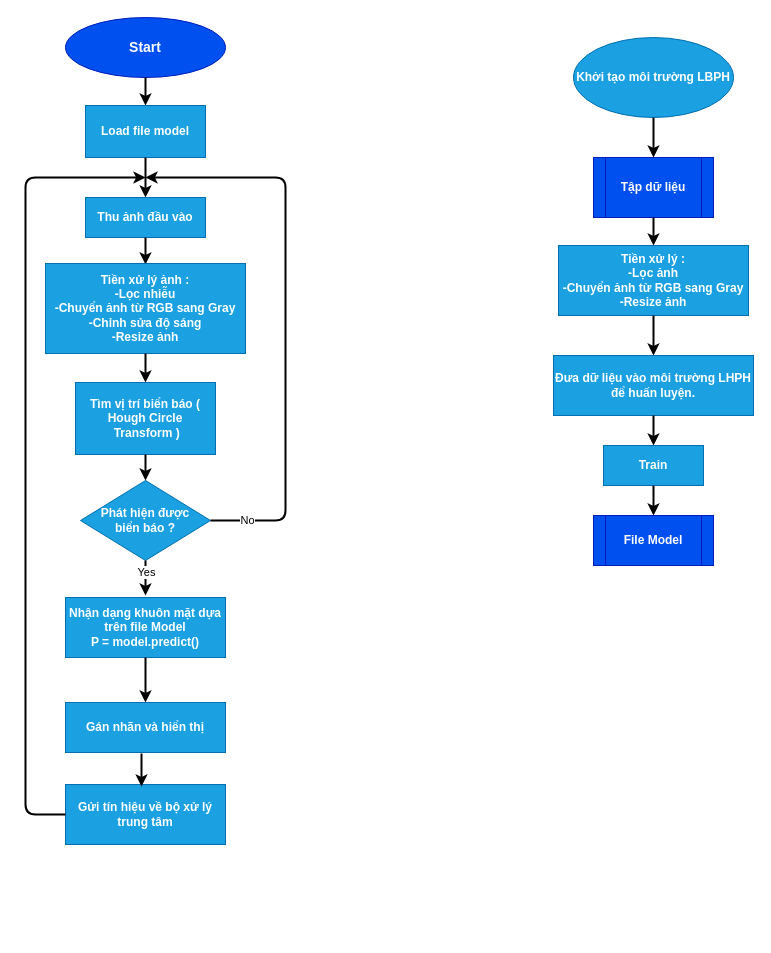
truongvanthinh/AutonomousCar keeps this draw.io diagram as page "Page-2" (2 of 4) of Untitled Diagram.drawio. Above is the earlier version. Source tidied: cells renumbered, new cells numbered last; positions are measured from the earlier drawing's top-left corner, leaving out a move shared by most shapes. Both pictures are drawn from the tidied source at 100%, with x=0, y=0 at pixel (25, 17).
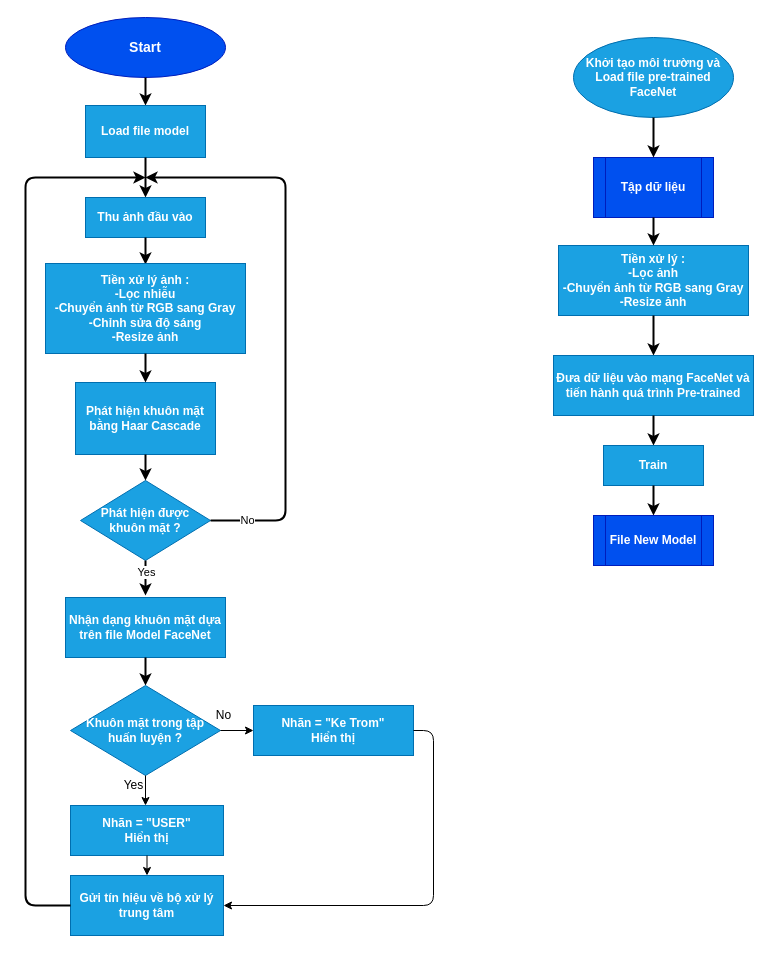
The same page after the edit.

The edit, as a diff of the source:
```diff
@@
-    <mxCell id="10" value="&lt;b&gt;Tìm vị trí biển báo ( Hough Circle&lt;br&gt;&amp;nbsp;Transform )&lt;/b&gt;" style="rounded=0;whiteSpace=wrap;html=1;fillColor=#1ba1e2;strokeColor=#006EAF;fontColor=#ffffff;" parent="1" vertex="1">
+    <mxCell id="10" value="&lt;b&gt;Phát hiện khuôn mặt bằng Haar Cascade&lt;/b&gt;" style="rounded=0;whiteSpace=wrap;html=1;fillColor=#1ba1e2;strokeColor=#006EAF;fontColor=#ffffff;" parent="1" vertex="1">
       <mxGeometry x="50" y="365" width="140" height="72" as="geometry" />
     </mxCell>
-    <mxCell id="11" value="&lt;b&gt;Phát hiện được &lt;br&gt;biển báo ?&lt;/b&gt;" style="rhombus;whiteSpace=wrap;html=1;fillColor=#1ba1e2;strokeColor=#006EAF;fontColor=#ffffff;" parent="1" vertex="1">
+    <mxCell id="11" value="&lt;b&gt;Phát hiện được &lt;br&gt;khuôn mặt ?&lt;/b&gt;" style="rhombus;whiteSpace=wrap;html=1;fillColor=#1ba1e2;strokeColor=#006EAF;fontColor=#ffffff;" parent="1" vertex="1">
       <mxGeometry x="55" y="463" width="130" height="80" as="geometry" />
     </mxCell>
@@
-    <mxCell id="15" value="&lt;b&gt;Nhận dạng khuôn mặt dựa trên file Model&lt;br&gt;P = model.predict()&lt;br&gt;&lt;/b&gt;" style="rounded=0;whiteSpace=wrap;html=1;fillColor=#1ba1e2;strokeColor=#006EAF;fontColor=#ffffff;strokeWidth=1;" parent="1" vertex="1">
+    <mxCell id="15" value="&lt;b&gt;Nhận dạng khuôn mặt dựa trên file Model FaceNet&lt;br&gt;&lt;/b&gt;" style="rounded=0;whiteSpace=wrap;html=1;fillColor=#1ba1e2;strokeColor=#006EAF;fontColor=#ffffff;strokeWidth=1;" parent="1" vertex="1">
       <mxGeometry x="40" y="580" width="160" height="60" as="geometry" />
     </mxCell>
@@
     <mxCell id="18" style="endArrow=classic;html=1;strokeWidth=2;exitX=0.5;exitY=1;exitDx=0;exitDy=0;" parent="1" edge="1" source="15">
       <mxGeometry relative="1" as="geometry">
-        <mxPoint x="120" y="685" as="targetPoint" />
+        <mxPoint x="120" y="668" as="targetPoint" />
       </mxGeometry>
     </mxCell>
-    <mxCell id="19" value="&lt;b&gt;Gán nhãn và hiển thị&lt;/b&gt;" style="rounded=0;whiteSpace=wrap;html=1;strokeWidth=1;fillColor=#1ba1e2;strokeColor=#006EAF;fontColor=#ffffff;" parent="1" vertex="1">
-      <mxGeometry x="40" y="685" width="160" height="50" as="geometry" />
-    </mxCell>
     <mxCell id="20" value="&lt;b&gt;Gửi tín hiệu về bộ xử lý trung tâm&lt;/b&gt;" style="rounded=0;whiteSpace=wrap;html=1;strokeWidth=1;fillColor=#1ba1e2;strokeColor=#006EAF;fontColor=#ffffff;" parent="1" vertex="1">
-      <mxGeometry x="40" y="767" width="160" height="60" as="geometry" />
+      <mxGeometry x="45" y="858" width="153" height="60" as="geometry" />
     </mxCell>
@@
-    <mxCell id="26" value="&lt;b&gt;Đưa dữ liệu vào môi trường LHPH để huấn luyện.&lt;br&gt;&lt;/b&gt;" style="rounded=0;whiteSpace=wrap;html=1;strokeWidth=1;fillColor=#1ba1e2;strokeColor=#006EAF;fontColor=#ffffff;" parent="1" vertex="1">
+    <mxCell id="26" value="&lt;b&gt;Đưa dữ liệu vào mạng FaceNet và tiến hành quá trình Pre-trained&lt;br&gt;&lt;/b&gt;" style="rounded=0;whiteSpace=wrap;html=1;strokeWidth=1;fillColor=#1ba1e2;strokeColor=#006EAF;fontColor=#ffffff;" parent="1" vertex="1">
       <mxGeometry x="528" y="338" width="200" height="60" as="geometry" />
     </mxCell>
-    <mxCell id="27" value="&lt;b&gt;Khởi tạo môi trường LBPH&lt;/b&gt;" style="ellipse;whiteSpace=wrap;html=1;strokeWidth=1;fillColor=#1ba1e2;strokeColor=#006EAF;fontColor=#ffffff;" parent="1" vertex="1">
+    <mxCell id="27" value="&lt;b&gt;Khởi tạo môi trường và Load file pre-trained FaceNet&lt;/b&gt;" style="ellipse;whiteSpace=wrap;html=1;strokeWidth=1;fillColor=#1ba1e2;strokeColor=#006EAF;fontColor=#ffffff;" parent="1" vertex="1">
       <mxGeometry x="548" y="20" width="160" height="80" as="geometry" />
     </mxCell>
@@
-    <mxCell id="32" value="&lt;b&gt;File Model&lt;/b&gt;" style="shape=process;whiteSpace=wrap;html=1;backgroundOutline=1;strokeWidth=1;fillColor=#0050ef;strokeColor=#001DBC;fontColor=#ffffff;" parent="1" vertex="1">
+    <mxCell id="32" value="&lt;b&gt;File New Model&lt;/b&gt;" style="shape=process;whiteSpace=wrap;html=1;backgroundOutline=1;strokeWidth=1;fillColor=#0050ef;strokeColor=#001DBC;fontColor=#ffffff;" parent="1" vertex="1">
       <mxGeometry x="568" y="498" width="120" height="50" as="geometry" />
     </mxCell>
-    <mxCell id="33" style="endArrow=classic;html=1;strokeWidth=2;" parent="1" edge="1">
-      <mxGeometry relative="1" as="geometry">
-        <mxPoint x="116" y="736" as="sourcePoint" />
-        <mxPoint x="116" y="769" as="targetPoint" />
-        <Array as="points">
-          <mxPoint x="116" y="755" />
-        </Array>
-      </mxGeometry>
-    </mxCell>
+    <mxCell id="34" value="&lt;b&gt;Khuôn mặt trong tập huấn luyện ?&lt;/b&gt;" style="rhombus;whiteSpace=wrap;html=1;fillColor=#1ba1e2;strokeColor=#006EAF;fontColor=#ffffff;" parent="1" vertex="1">
+      <mxGeometry x="45" y="668" width="150" height="90" as="geometry" />
+    </mxCell>
+    <mxCell id="35" style="endArrow=classic;html=1;exitX=1;exitY=0.5;exitDx=0;exitDy=0;" parent="1" edge="1" source="34">
+      <mxGeometry relative="1" as="geometry">
+        <mxPoint x="228" y="713" as="targetPoint" />
+      </mxGeometry>
+    </mxCell>
+    <mxCell id="36" value="&lt;b&gt;Nhãn = &quot;Ke Trom&quot;&lt;br&gt;Hiển thị&lt;br&gt;&lt;/b&gt;" style="rounded=0;whiteSpace=wrap;html=1;strokeWidth=1;fillColor=#1ba1e2;strokeColor=#006EAF;fontColor=#ffffff;" parent="1" vertex="1">
+      <mxGeometry x="228" y="688" width="160" height="50" as="geometry" />
+    </mxCell>
+    <mxCell id="37" value="No" style="text;html=1;align=center;verticalAlign=middle;strokeColor=none;" parent="1" vertex="1">
+      <mxGeometry x="183" y="688" width="30" height="20" as="geometry" />
+    </mxCell>
+    <mxCell id="38" style="endArrow=classic;html=1;exitX=0.5;exitY=1;exitDx=0;exitDy=0;" parent="1" edge="1" source="34">
+      <mxGeometry relative="1" as="geometry">
+        <mxPoint x="120" y="788" as="targetPoint" />
+      </mxGeometry>
+    </mxCell>
+    <mxCell id="39" value="Yes" style="text;html=1;align=center;verticalAlign=middle;strokeColor=none;" parent="1" vertex="1">
+      <mxGeometry x="88" y="758" width="40" height="20" as="geometry" />
+    </mxCell>
+    <mxCell id="40" value="&lt;b&gt;Nhãn = &quot;USER&quot;&lt;br&gt;Hiển thị&lt;br&gt;&lt;/b&gt;" style="rounded=0;whiteSpace=wrap;html=1;strokeWidth=1;fillColor=#1ba1e2;strokeColor=#006EAF;fontColor=#ffffff;" parent="1" vertex="1">
+      <mxGeometry x="45" y="788" width="153" height="50" as="geometry" />
+    </mxCell>
+    <mxCell id="41" style="endArrow=classic;html=1;exitX=0.5;exitY=1;exitDx=0;exitDy=0;" parent="1" edge="1" source="40" target="20">
+      <mxGeometry relative="1" as="geometry" />
+    </mxCell>
+    <mxCell id="42" style="edgeStyle=elbowEdgeStyle;elbow=horizontal;endArrow=classic;html=1;exitX=1;exitY=0.5;exitDx=0;exitDy=0;entryX=1;entryY=0.5;entryDx=0;entryDy=0;" parent="1" edge="1" source="36" target="20">
+      <mxGeometry relative="1" as="geometry">
+        <Array as="points">
+          <mxPoint x="408" y="798" />
+        </Array>
+      </mxGeometry>
+    </mxCell>
```
